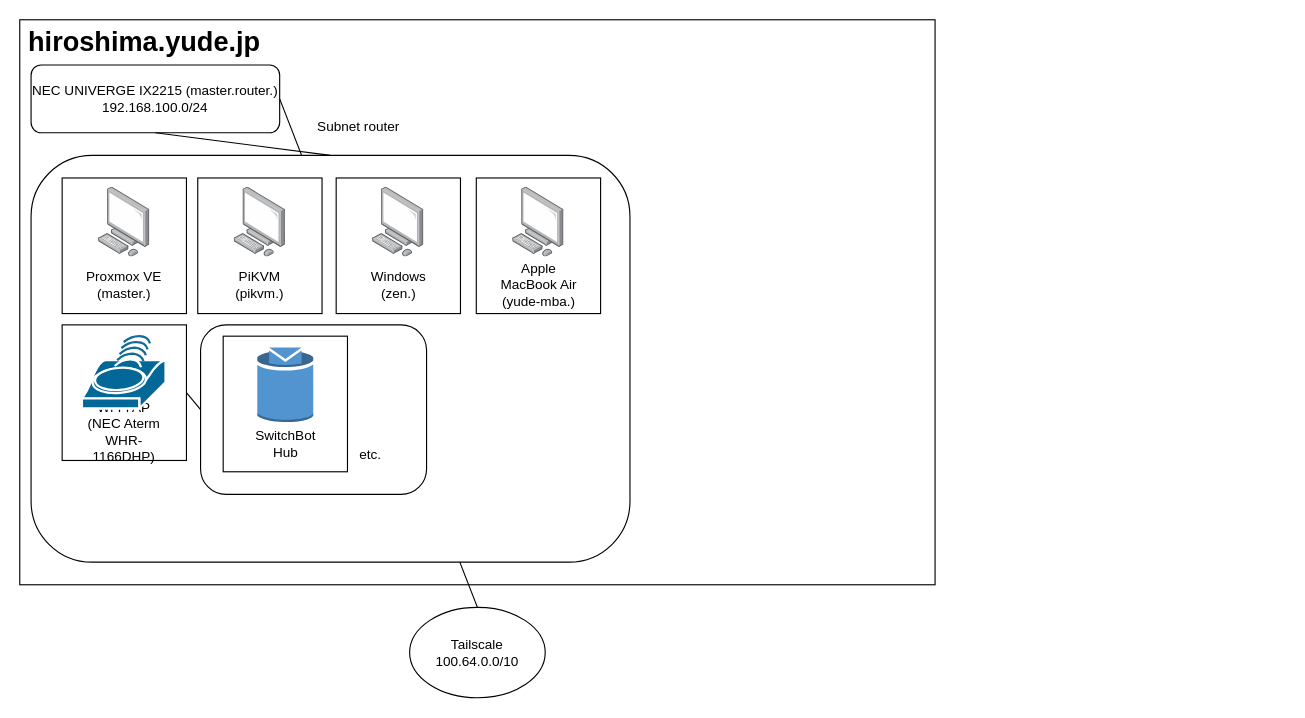
yudejp/infra_old keeps this draw.io diagram as net.drawio. Above is the earlier version. Source tidied: cells renumbered, new cells numbered last; positions are measured from the earlier drawing's top-left corner, leaving out a move shared by most shapes. Both pictures are drawn from the tidied source at 113%, with x=0, y=0 at pixel (19, 19).
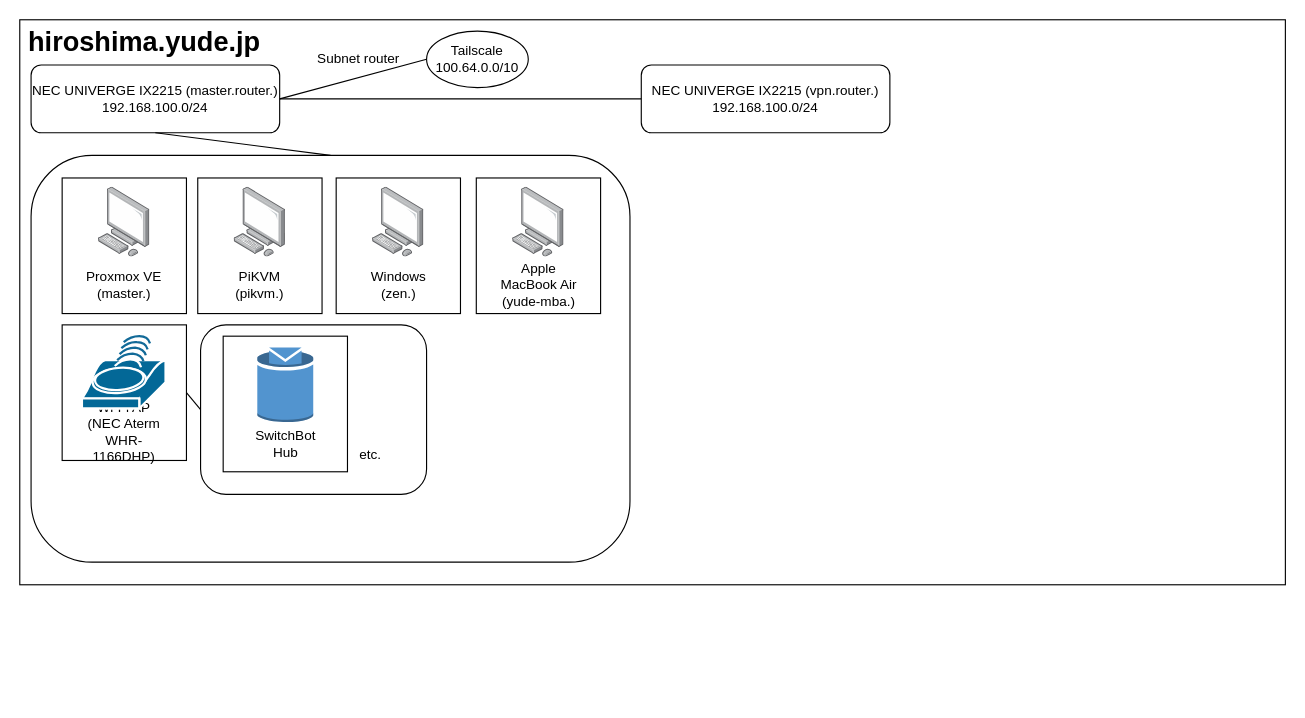
The same diagram, later.

Commit message (it also covers changes not shown here):
net.drawio を更新します

Unchanged cells that the change refers to:
```xml
<mxCell id="7" value="&lt;div&gt;NEC UNIVERGE IX2215 (master.router.)&lt;/div&gt;&lt;div&gt;192.168.100.0/24&lt;br&gt;&lt;/div&gt;" style="rounded=1;whiteSpace=wrap;html=1;" parent="1" vertex="1">
  <mxGeometry x="10" y="40" width="220" height="60" as="geometry" />
</mxCell>
```

The edit, as a diff of the source:
```diff
@@
     <mxCell id="2" style="rounded=0;whiteSpace=wrap;html=1;" parent="1" vertex="1">
-      <mxGeometry width="810" height="500" as="geometry" />
+      <mxGeometry width="1120" height="500" as="geometry" />
     </mxCell>
     <mxCell id="3" value="&lt;div&gt;Tailscale&lt;/div&gt;&lt;div&gt;100.64.0.0/10&lt;br&gt;&lt;/div&gt;" style="ellipse;whiteSpace=wrap;html=1;" parent="1" vertex="1">
-      <mxGeometry x="345" y="520" width="120" height="80" as="geometry" />
+      <mxGeometry x="360" y="10" width="90" height="50" as="geometry" />
     </mxCell>
-    <mxCell id="4" style="endArrow=none;html=1;rounded=0;exitX=0.5;exitY=0;exitDx=0;exitDy=0;entryX=1;entryY=0.5;entryDx=0;entryDy=0;" parent="1" edge="1" source="3" target="7">
+    <mxCell id="4" style="endArrow=none;html=1;rounded=0;exitX=0;exitY=0.5;exitDx=0;exitDy=0;entryX=1;entryY=0.5;entryDx=0;entryDy=0;" parent="1" edge="1" source="3" target="7">
       <mxGeometry relative="1" as="geometry" />
     </mxCell>
-    <mxCell id="5" value="Subnet router" style="text;html=1;strokeColor=none;fillColor=none;align=center;verticalAlign=middle;whiteSpace=wrap;rounded=0;" parent="1" vertex="1">
-      <mxGeometry x="240" y="80" width="120" height="30" as="geometry" />
-    </mxCell>
@@
+    <mxCell id="34" value="&lt;div&gt;NEC UNIVERGE IX2215 (vpn.router.)&lt;/div&gt;&lt;div&gt;192.168.100.0/24&lt;br&gt;&lt;/div&gt;" style="rounded=1;whiteSpace=wrap;html=1;" parent="1" vertex="1">
+      <mxGeometry x="550" y="40" width="220" height="60" as="geometry" />
+    </mxCell>
+    <mxCell id="5" value="Subnet router" style="text;html=1;strokeColor=none;fillColor=none;align=center;verticalAlign=middle;whiteSpace=wrap;rounded=0;" parent="1" vertex="1">
+      <mxGeometry x="240.2" y="20" width="119.8" height="30" as="geometry" />
+    </mxCell>
+    <mxCell id="35" style="endArrow=none;html=1;rounded=0;entryX=1;entryY=0.5;entryDx=0;entryDy=0;exitX=0;exitY=0.5;exitDx=0;exitDy=0;" parent="1" edge="1" source="34" target="7">
+      <mxGeometry relative="1" as="geometry" />
+    </mxCell>
```
